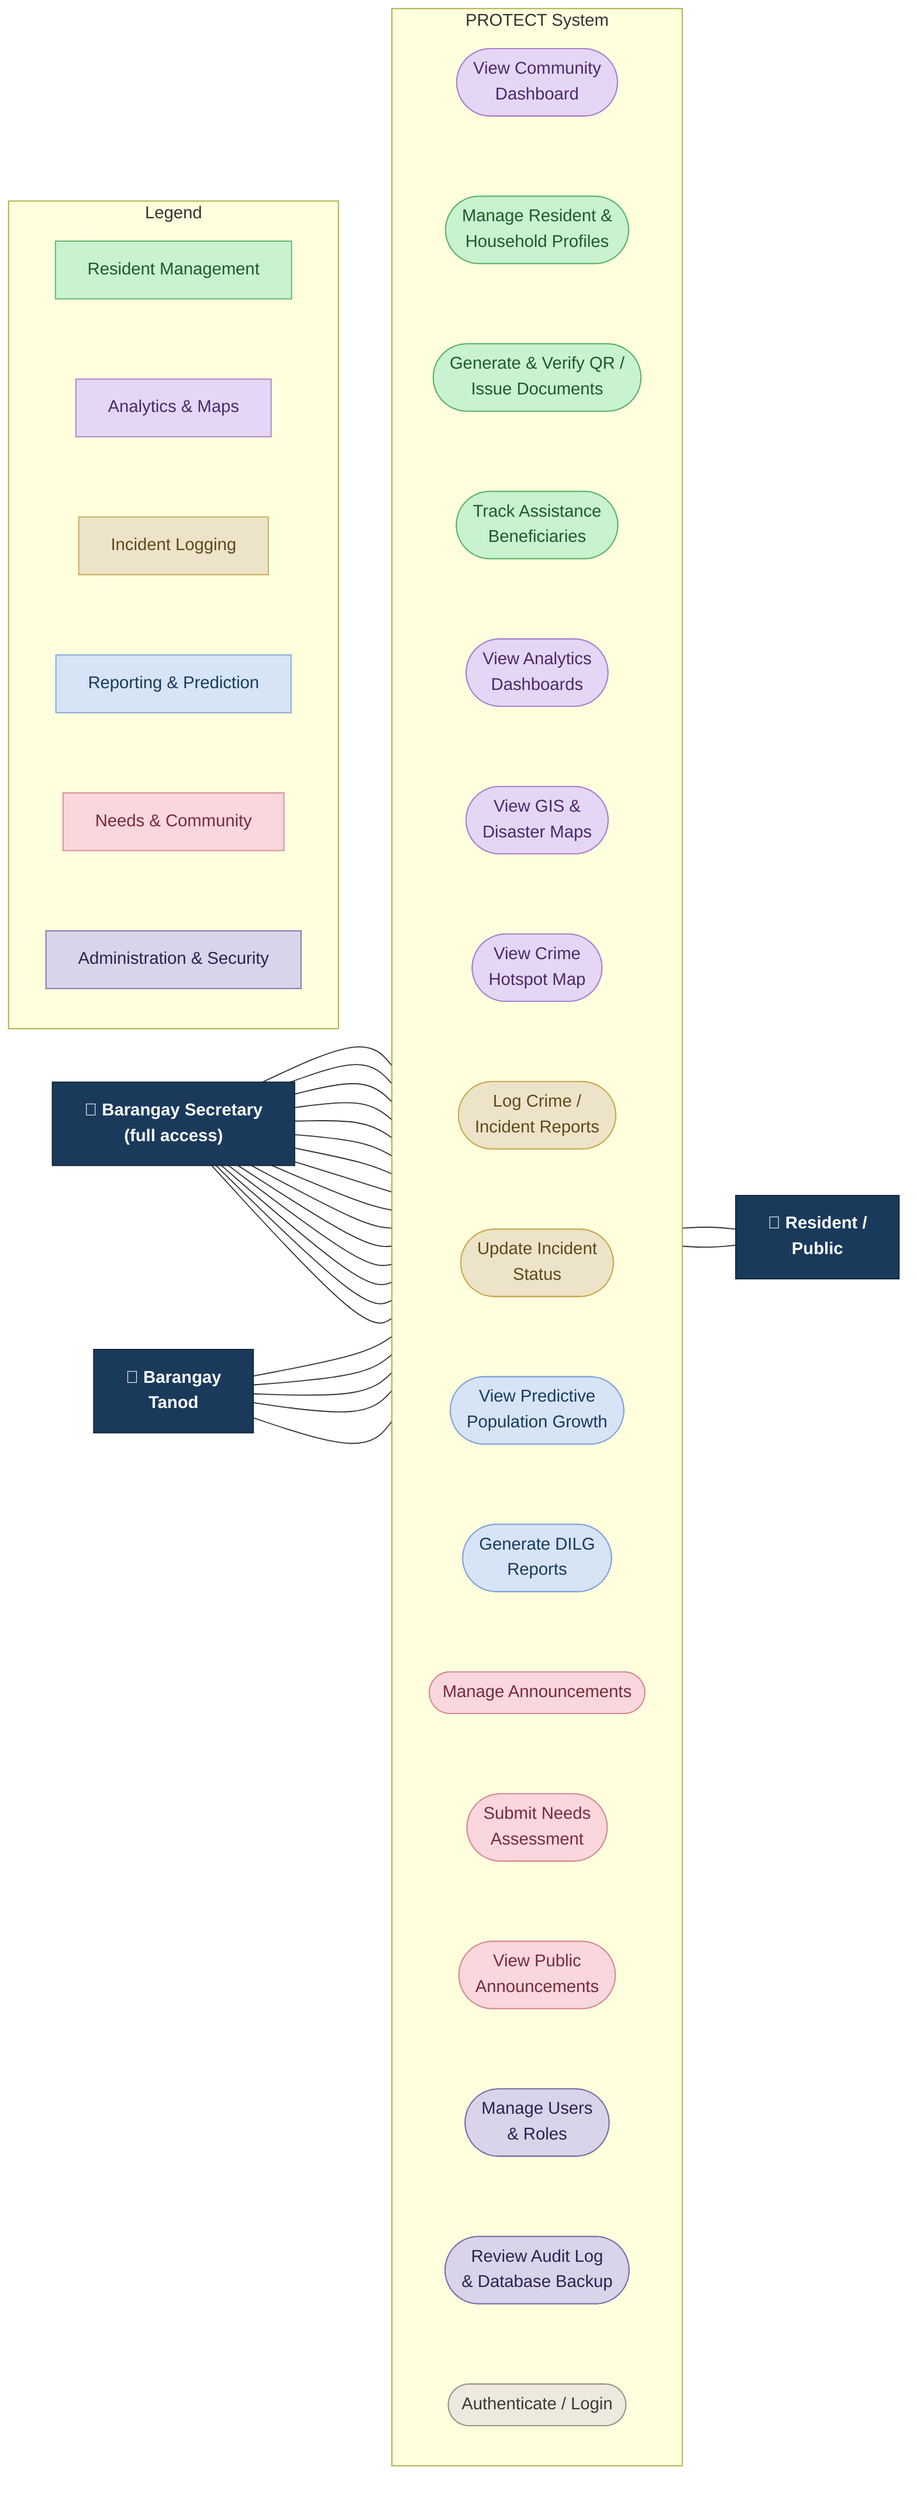
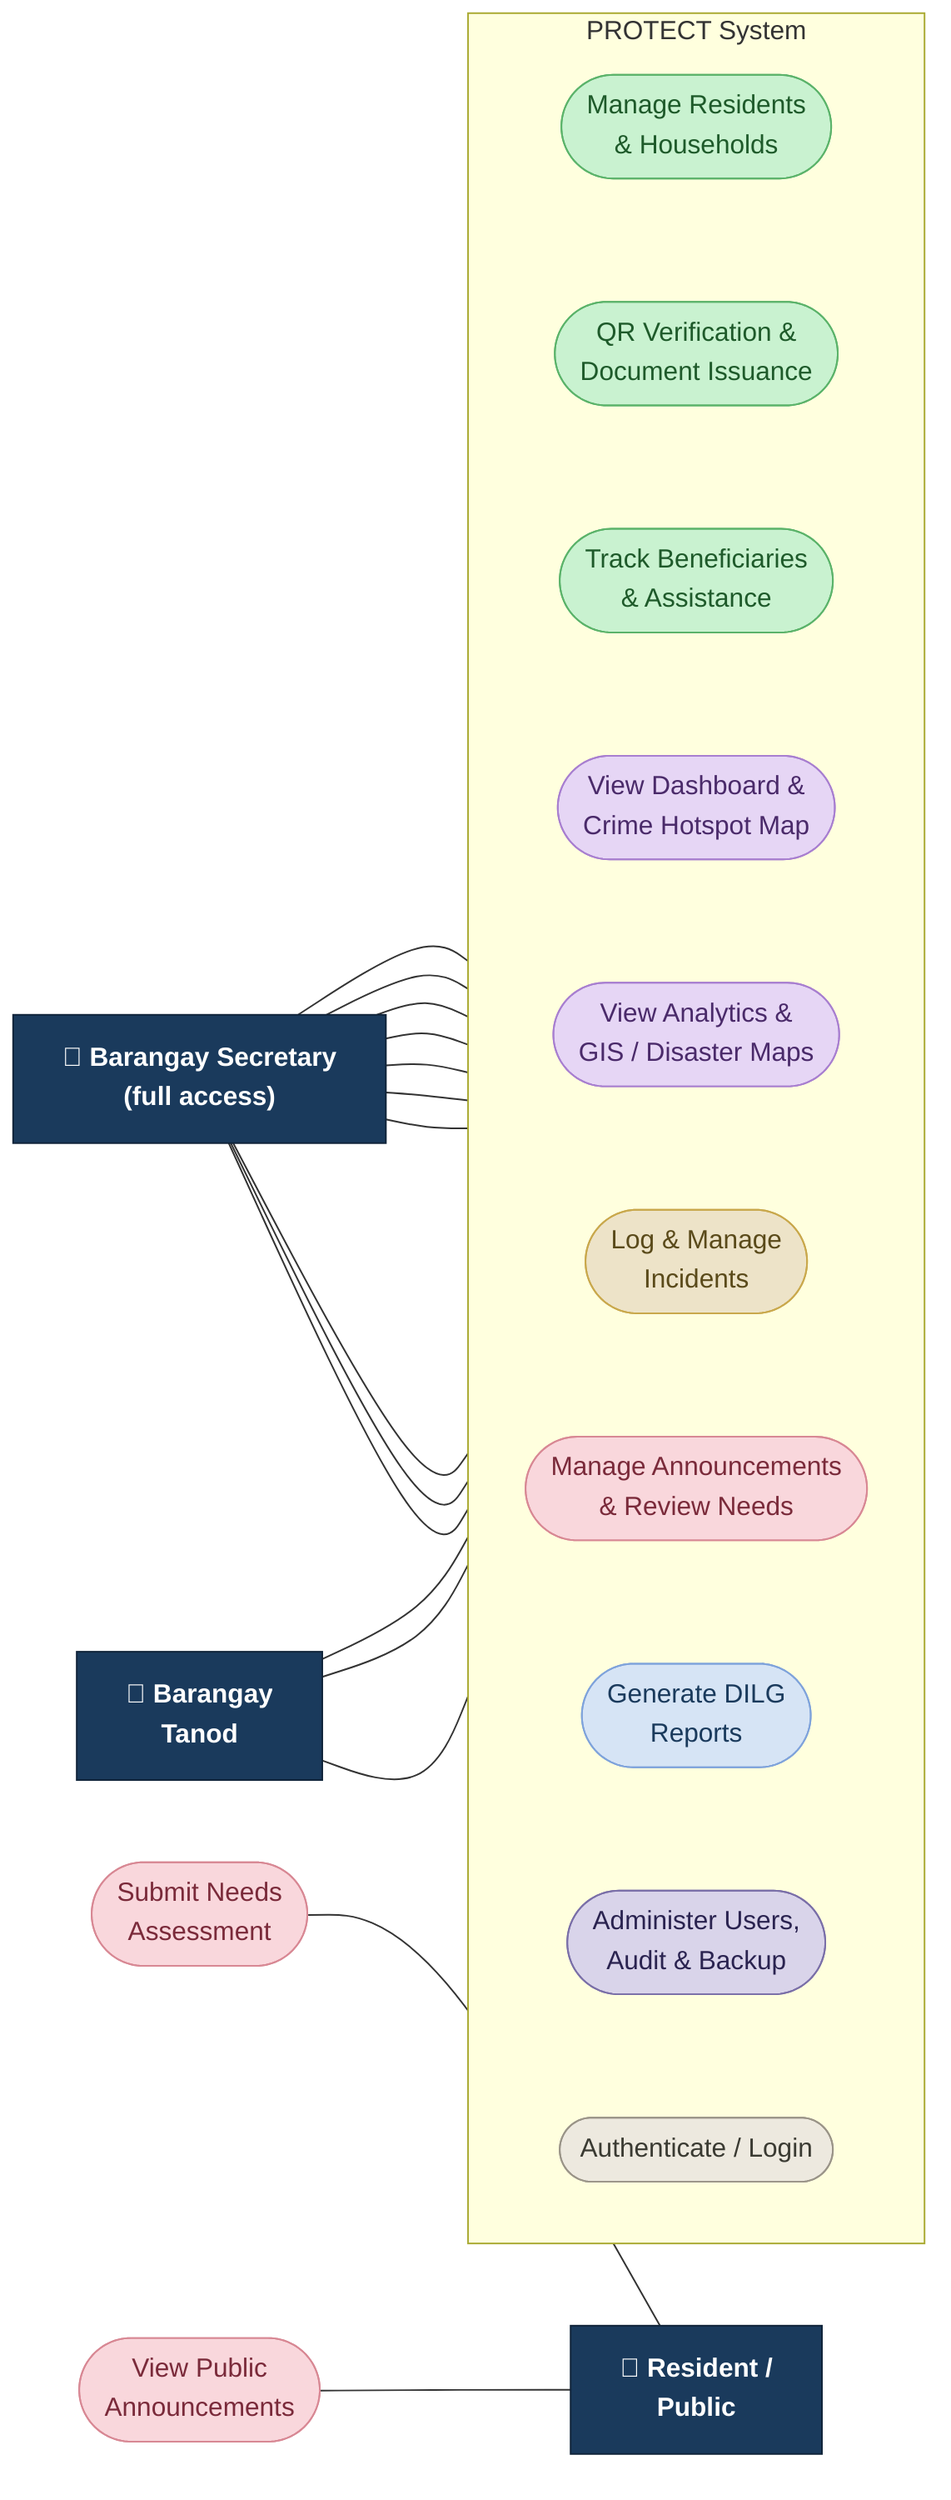
flowchart LR
-     %% ===== Left actors =====
-     Sec["👤 Barangay Secretary<br/>(full access)"]
-     Tanod["👮 Barangay<br/>Tanod"]
+     %% ===== Actors =====
+     Sec["👤 Barangay Secretary<br/>(full access)"]:::actor
+     Tanod["👮 Barangay<br/>Tanod"]:::actor

-     %% ===== System boundary with use cases stacked vertically =====
+     %% ===== System boundary: consolidated high-level use cases (readable) =====
    subgraph SYS[PROTECT System]
      direction TB
-       U0(["View Community<br/>Dashboard"])
-       U1(["Manage Resident &<br/>Household Profiles"])
-       U2(["Generate & Verify QR /<br/>Issue Documents"])
-       U3(["Track Assistance<br/>Beneficiaries"])
-       U4(["View Analytics<br/>Dashboards"])
-       U5(["View GIS &<br/>Disaster Maps"])
-       U6(["View Crime<br/>Hotspot Map"])
-       U7(["Log Crime /<br/>Incident Reports"])
-       U8(["Update Incident<br/>Status"])
-       U9(["View Predictive<br/>Population Growth"])
-       U10(["Generate DILG<br/>Reports"])
-       U11(["Manage Announcements"])
-       U12(["Submit Needs<br/>Assessment"])
-       U13(["View Public<br/>Announcements"])
-       U14(["Manage Users<br/>& Roles"])
-       U15(["Review Audit Log<br/>& Database Backup"])
-       U16(["Authenticate / Login"])
-       U0 ~~~ U1 ~~~ U2 ~~~ U3 ~~~ U4 ~~~ U5 ~~~ U6 ~~~ U7 ~~~ U8 ~~~ U9 ~~~ U10 ~~~ U11 ~~~ U12 ~~~ U13 ~~~ U14 ~~~ U15 ~~~ U16
+       UC1(["Manage Residents<br/>& Households"]):::resident
+       UC2(["QR Verification &<br/>Document Issuance"]):::resident
+       UC3(["Track Beneficiaries<br/>& Assistance"]):::resident
+       UC4(["View Dashboard &<br/>Crime Hotspot Map"]):::analytics
+       UC5(["View Analytics &<br/>GIS / Disaster Maps"]):::analytics
+       UC6(["Log & Manage<br/>Incidents"]):::safety
+       UC7(["Manage Announcements<br/>& Review Needs"]):::needs
+       UC8(["Generate DILG<br/>Reports"]):::reporting
+       UC9(["Administer Users,<br/>Audit & Backup"]):::admin
+       UC10(["Authenticate / Login"]):::auth
+       UC1 ~~~ UC2 ~~~ UC3 ~~~ UC4 ~~~ UC5 ~~~ UC6 ~~~ UC7 ~~~ UC8 ~~~ UC9 ~~~ UC10
    end

-     %% ===== Right actor =====
-     Res["🧑 Resident /<br/>Public"]
+     %% ===== Resident actor (right) =====
+     Res["🧑 Resident /<br/>Public"]:::actor
+     RUC1(["Submit Needs<br/>Assessment"]):::needs
+     RUC2(["View Public<br/>Announcements"]):::needs

-     %% ===== Barangay Secretary — full access =====
-     Sec --- U0
-     Sec --- U1
-     Sec --- U2
-     Sec --- U3
-     Sec --- U4
-     Sec --- U5
-     Sec --- U6
-     Sec --- U7
-     Sec --- U8
-     Sec --- U9
-     Sec --- U10
-     Sec --- U11
-     Sec --- U14
-     Sec --- U15
-     Sec --- U16
+     %% ===== Secretary — full access =====
+     Sec --- UC1 & UC2 & UC3 & UC4 & UC5 & UC6 & UC7 & UC8 & UC9 & UC10

-     %% ===== Tanod — peace & order (Dashboard, Hotspot, Incidents) =====
-     Tanod --- U0
-     Tanod --- U6
-     Tanod --- U7
-     Tanod --- U8
-     Tanod --- U16
+     %% ===== Tanod — peace & order only (Dashboard+Hotspot, Incidents, Login) =====
+     Tanod --- UC4 & UC6 & UC10

-     %% ===== Resident / Public — no login (right side) =====
-     U12 --- Res
-     U13 --- Res
- 
-     %% ===== Legend =====
-     subgraph LEGEND[Legend]
-       direction TB
-       Lg1["Resident Management"]:::resident
-       Lg2["Analytics & Maps"]:::analytics
-       Lg3["Incident Logging"]:::safety
-       Lg4["Reporting & Prediction"]:::reporting
-       Lg5["Needs & Community"]:::needs
-       Lg6["Administration & Security"]:::admin
-       Lg1 ~~~ Lg2 ~~~ Lg3 ~~~ Lg4 ~~~ Lg5 ~~~ Lg6
-     end
+     %% ===== Resident / Public — no login (separate, public use cases) =====
+     RUC1 --- Res
+     RUC2 --- Res

    %% ===== Styling =====
    classDef actor fill:#1A3A5C,stroke:#10243a,color:#fff,font-weight:bold;
    classDef resident fill:#C9F2D0,stroke:#5BB36A,color:#1E5A2A;
    classDef analytics fill:#E6D6F5,stroke:#A87FD0,color:#4A2A6A;
    classDef safety fill:#EDE3C8,stroke:#C9A84C,color:#5A4A1A;
    classDef reporting fill:#D6E4F5,stroke:#7FA3DB,color:#1A3A5C;
    classDef needs fill:#F9D7DC,stroke:#D88894,color:#7A2A3A;
    classDef admin fill:#D9D4EA,stroke:#7A6FA8,color:#2A2350;
    classDef auth fill:#EDE9DF,stroke:#9A9488,color:#3A3A32;
- 
-     class Sec,Tanod,Res actor;
-     class U0,U4,U5,U6 analytics;
-     class U1,U2,U3 resident;
-     class U7,U8 safety;
-     class U9,U10 reporting;
-     class U11,U12,U13 needs;
-     class U14,U15 admin;
-     class U16 auth;
